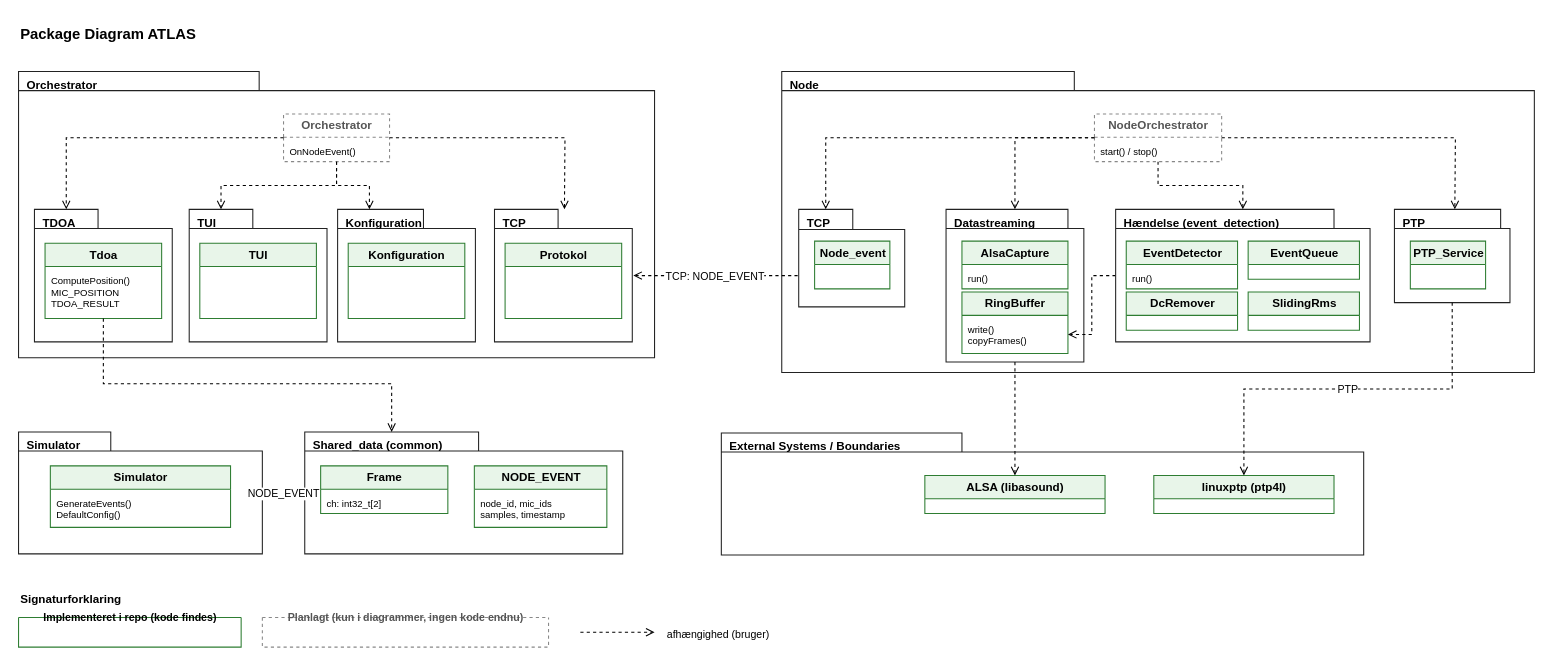
Before: page "Nyt Package Diagram" (1 of 4) of docs/construction/Package diagram.drawio in ViktorFoerrisdahl/SW3PRJ3_5, a draw.io diagram. Source tidied: cells renumbered, new cells numbered last; positions are measured from the earlier drawing's top-left corner, leaving out a move shared by most shapes. Both pictures are drawn from the tidied source at 106%, with x=0, y=0 at pixel (18, 18).
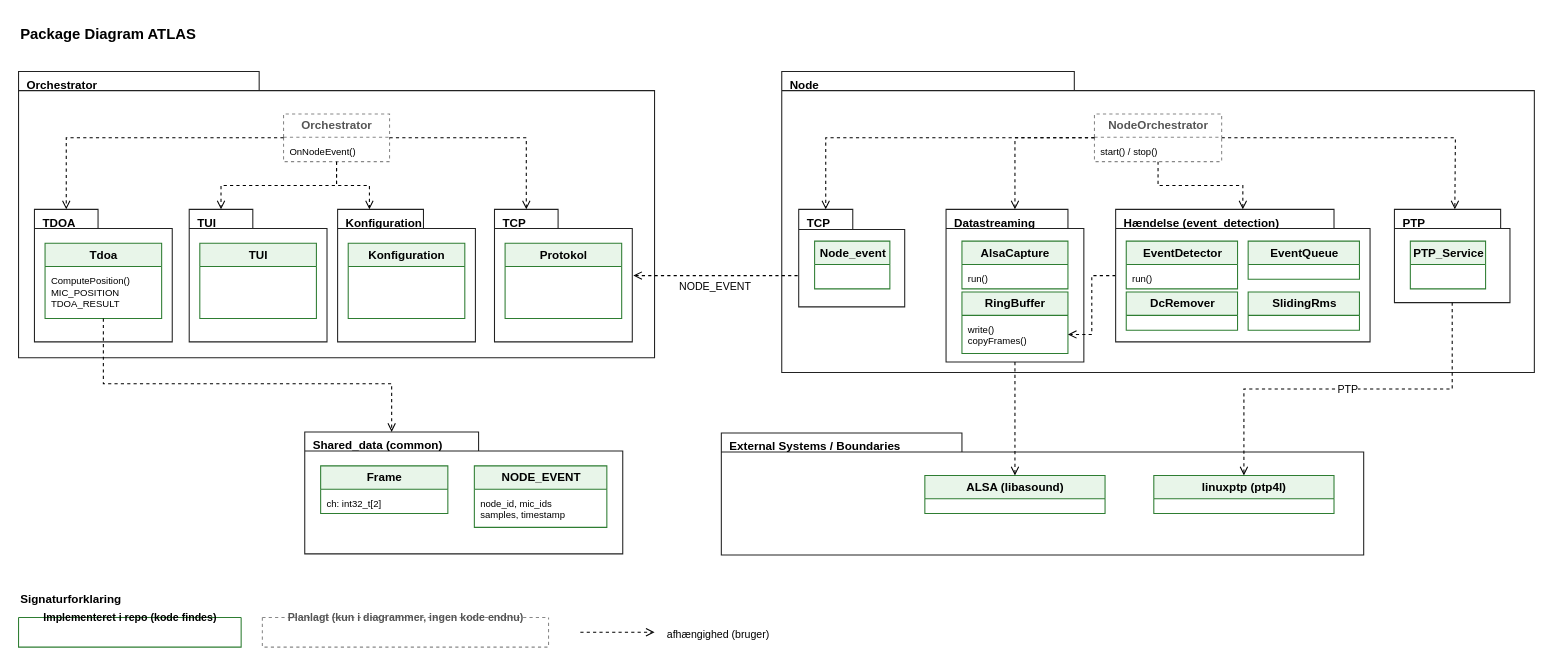
The same diagram, later.

Commit message:
Deleted small error - Package Diagram

The change refers to these unchanged cells:
```xml
<mxCell id="3" value="Orchestrator" style="shape=folder;fontStyle=1;tabWidth=227;tabHeight=18;tabPosition=left;html=1;whiteSpace=wrap;verticalAlign=top;align=left;spacingLeft=6;fontSize=11;fillColor=#FFFFFF;strokeColor=#222222;" parent="1" vertex="1">
  <mxGeometry y="50" width="600" height="270" as="geometry" />
</mxCell>
<mxCell id="4" value="Orchestrator" style="swimlane;fontStyle=1;startSize=22;horizontal=1;html=1;fontSize=11;fillColor=#FFFFFF;strokeColor=#888888;dashed=1;fontColor=#555555;" parent="3" vertex="1">
  <mxGeometry x="250" y="40" width="100" height="45" as="geometry" />
</mxCell>
<mxCell id="15" value="TCP" style="shape=folder;fontStyle=1;tabWidth=60;tabHeight=18;tabPosition=left;html=1;whiteSpace=wrap;verticalAlign=top;align=left;spacingLeft=6;fontSize=11;fillColor=#FFFFFF;strokeColor=#222222;" parent="3" vertex="1">
  <mxGeometry x="449" y="130" width="130" height="125" as="geometry" />
</mxCell>
<mxCell id="40" value="Shared_data (common)" style="shape=folder;fontStyle=1;tabWidth=164;tabHeight=18;tabPosition=left;html=1;whiteSpace=wrap;verticalAlign=top;align=left;spacingLeft=6;fontSize=11;fillColor=#FFFFFF;strokeColor=#222222;" parent="1" vertex="1">
  <mxGeometry x="270" y="390" width="300" height="115" as="geometry" />
</mxCell>
```

Diff of the diagram source:
```diff
@@
+    <mxCell id="49" style="edgeStyle=orthogonalEdgeStyle;rounded=0;html=1;fontSize=10;endArrow=open;endFill=0;dashed=1;entryX=0;entryY=0;entryDx=30;entryDy=0;entryPerimeter=0;" parent="3" edge="1" source="4" target="15">
+      <mxGeometry x="0.18" relative="1" as="geometry" />
+    </mxCell>
@@
-    <mxCell id="37" value="Simulator" style="shape=folder;fontStyle=1;tabWidth=87;tabHeight=18;tabPosition=left;html=1;whiteSpace=wrap;verticalAlign=top;align=left;spacingLeft=6;fontSize=11;fillColor=#FFFFFF;strokeColor=#222222;" parent="1" vertex="1">
-      <mxGeometry y="390" width="230" height="115" as="geometry" />
-    </mxCell>
-    <mxCell id="38" value="Simulator" style="swimlane;fontStyle=1;startSize=22;horizontal=1;html=1;fontSize=11;fillColor=#E8F5E9;strokeColor=#2E7D32;" parent="37" vertex="1">
-      <mxGeometry x="30" y="32" width="170" height="58" as="geometry" />
-    </mxCell>
-    <mxCell id="39" value="GenerateEvents()&lt;br&gt;DefaultConfig()" style="text;html=1;align=left;verticalAlign=top;fontSize=9;spacingLeft=4;spacingTop=2;whiteSpace=wrap;fillColor=none;strokeColor=none;" parent="38" vertex="1">
-      <mxGeometry y="22" width="170" height="36" as="geometry" />
-    </mxCell>
@@
-    <mxCell id="49" style="edgeStyle=orthogonalEdgeStyle;rounded=0;html=1;fontSize=10;endArrow=open;endFill=0;dashed=1;" parent="1" edge="1" source="4">
-      <mxGeometry relative="1" as="geometry">
-        <mxPoint x="515" y="180" as="targetPoint" />
-      </mxGeometry>
-    </mxCell>
@@
-    <mxCell id="53" value="TCP: NODE_EVENT" style="edgeStyle=orthogonalEdgeStyle;rounded=0;html=1;fontSize=10;endArrow=open;endFill=0;dashed=1;" parent="1" edge="1">
-      <mxGeometry relative="1" as="geometry">
+    <mxCell id="53" value="NODE_EVENT" style="edgeStyle=orthogonalEdgeStyle;rounded=0;html=1;fontSize=10;endArrow=open;endFill=0;dashed=1;" parent="1" edge="1">
+      <mxGeometry x="0.01" y="10" relative="1" as="geometry">
         <mxPoint x="735" y="242.5" as="sourcePoint" />
         <mxPoint x="580" y="242.5" as="targetPoint" />
       </mxGeometry>
     </mxCell>
@@
-    <mxCell id="56" value="NODE_EVENT" style="edgeStyle=orthogonalEdgeStyle;rounded=0;html=1;fontSize=10;endArrow=open;endFill=0;dashed=1;" parent="1" edge="1" source="37" target="40">
-      <mxGeometry relative="1" as="geometry" />
-    </mxCell>
```
